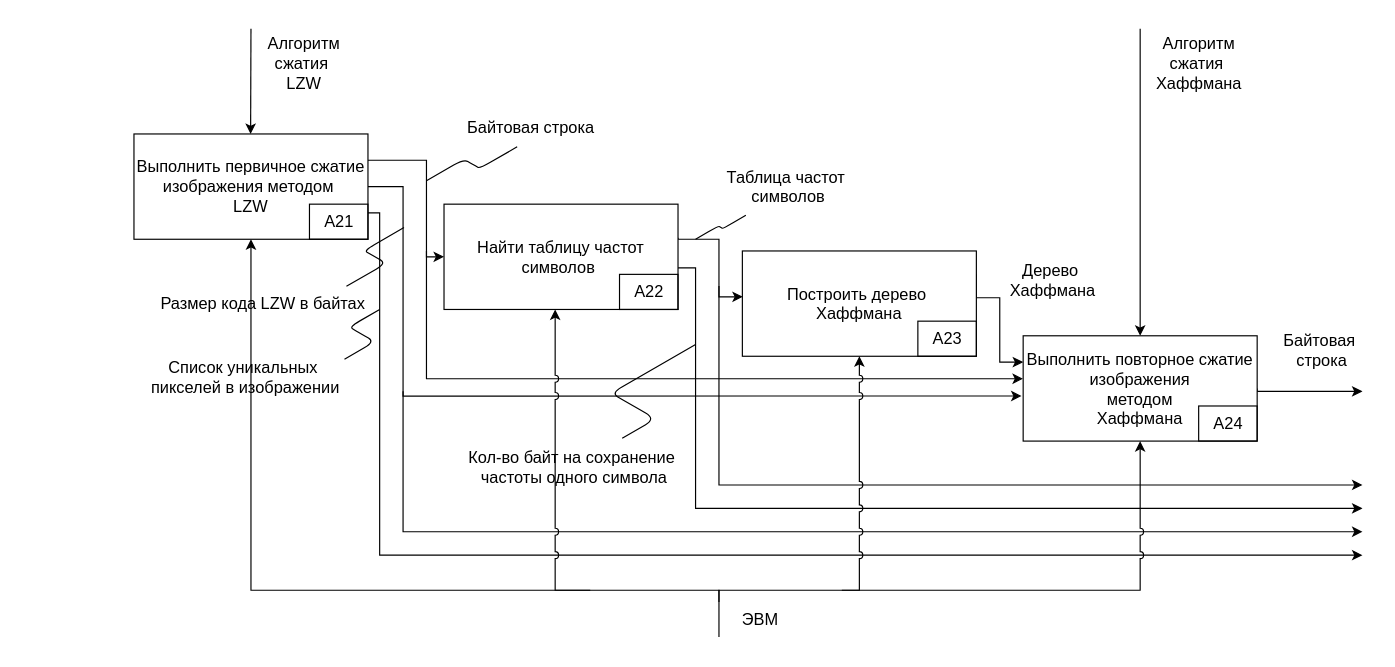
Before: docs/schemes/idef0_a2.drawio in kovkir/bmstu-magistracy-diploma, a draw.io diagram. Source tidied: cells renumbered, new cells numbered last; positions are measured from the earlier drawing's top-left corner, leaving out a move shared by most shapes. Both pictures are drawn from the tidied source at 117%, with x=0, y=0 at pixel (133, 28).
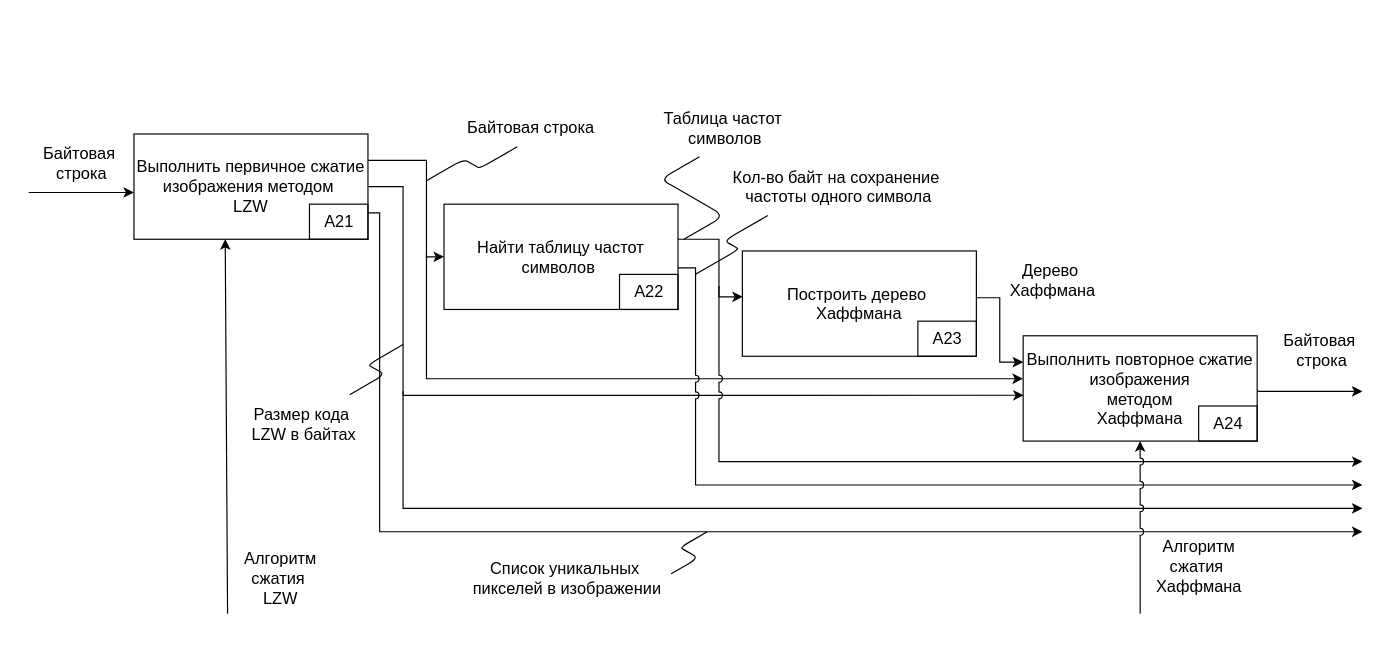
The same diagram, later.

Unchanged cells that the change refers to:
```xml
<mxCell id="9" value="&lt;span style=&quot;font-size: 14px;&quot;&gt;&lt;font style=&quot;color: rgb(0, 0, 0);&quot;&gt;Выполнить&amp;nbsp;&lt;/font&gt;&lt;font style=&quot;color: rgb(0, 0, 0);&quot;&gt;пе&lt;/font&gt;&lt;font style=&quot;color: rgb(0, 0, 0);&quot;&gt;рвичное сжатие изображения методом&amp;nbsp;&lt;/font&gt;&lt;/span&gt;&lt;div&gt;&lt;span style=&quot;font-size: 14px;&quot;&gt;&lt;font style=&quot;color: rgb(0, 0, 0);&quot;&gt;LZW&lt;/font&gt;&lt;br&gt;&lt;/span&gt;&lt;/div&gt;" style="rounded=0;whiteSpace=wrap;html=1;" parent="1" vertex="1">
  <mxGeometry y="90" width="200" height="90" as="geometry" />
</mxCell>
<mxCell id="12" value="&lt;span style=&quot;font-size: 14px;&quot;&gt;&lt;font style=&quot;color: rgb(0, 0, 0);&quot;&gt;Выполнить повторное&lt;/font&gt; &lt;font style=&quot;color: rgb(0, 0, 0);&quot;&gt;сжатие изображения&lt;br&gt;&lt;/font&gt;&lt;/span&gt;&lt;span style=&quot;color: rgb(0, 0, 0); font-size: 14px;&quot;&gt;методом&lt;/span&gt;&lt;span style=&quot;font-size: 14px;&quot;&gt;&lt;font style=&quot;color: rgb(0, 0, 0);&quot;&gt;&lt;br&gt;&lt;/font&gt;&lt;font style=&quot;color: rgb(0, 0, 0);&quot;&gt;Хаффмана&lt;/font&gt;&lt;/span&gt;" style="rounded=0;whiteSpace=wrap;html=1;" parent="1" vertex="1">
  <mxGeometry x="760" y="262.5" width="200" height="90" as="geometry" />
</mxCell>
<mxCell id="19" value="&lt;font&gt;&lt;span style=&quot;font-size: 14px;&quot;&gt;&lt;font style=&quot;color: rgb(0, 0, 0);&quot;&gt;Найти таблицу&amp;nbsp;&lt;/font&gt;&lt;/span&gt;&lt;span style=&quot;color: light-dark(rgb(0, 0, 0), rgb(237, 237, 237)); font-size: 14px;&quot;&gt;частот символов&amp;nbsp;&lt;/span&gt;&lt;/font&gt;" style="rounded=0;whiteSpace=wrap;html=1;" parent="1" vertex="1">
  <mxGeometry x="265" y="150" width="200" height="90" as="geometry" />
</mxCell>
<mxCell id="23" value="&lt;font&gt;&lt;span style=&quot;font-size: 14px;&quot;&gt;&lt;font style=&quot;color: rgb(0, 0, 0);&quot;&gt;Построить&amp;nbsp;&lt;/font&gt;&lt;/span&gt;&lt;span style=&quot;color: light-dark(rgb(0, 0, 0), rgb(237, 237, 237)); font-size: 14px; background-color: transparent;&quot;&gt;дерево&amp;nbsp;&lt;/span&gt;&lt;/font&gt;&lt;div&gt;&lt;span style=&quot;font-size: 14px; background-color: transparent;&quot;&gt;&lt;font style=&quot;color: rgb(0, 0, 0);&quot;&gt;Хаффмана&lt;/font&gt;&lt;/span&gt;&lt;/div&gt;" style="rounded=0;whiteSpace=wrap;html=1;" parent="1" vertex="1">
  <mxGeometry x="520" y="190" width="200" height="90" as="geometry" />
</mxCell>
```

What changed in the source:
```diff
@@
-    <mxCell id="2" style="edgeStyle=orthogonalEdgeStyle;html=1;fontSize=14;rounded=0;jumpStyle=arc;entryX=0.5;entryY=0;entryDx=0;entryDy=0;" parent="1" edge="1" target="12">
-      <mxGeometry relative="1" as="geometry">
-        <mxPoint x="860" as="sourcePoint" />
-        <Array as="points">
-          <mxPoint x="860" />
-        </Array>
-      </mxGeometry>
-    </mxCell>
-    <mxCell id="3" style="edgeStyle=orthogonalEdgeStyle;html=1;fontSize=14;entryX=0.5;entryY=1;entryDx=0;entryDy=0;rounded=0;jumpStyle=arc;" parent="1" edge="1" target="9">
-      <mxGeometry relative="1" as="geometry">
-        <mxPoint x="500" y="520" as="sourcePoint" />
-        <Array as="points">
-          <mxPoint x="500" y="480" />
-          <mxPoint x="100" y="480" />
-        </Array>
-      </mxGeometry>
-    </mxCell>
-    <mxCell id="4" value="ЭВМ" style="text;html=1;align=center;verticalAlign=middle;strokeColor=none;fillColor=none;fontSize=14;" parent="1" vertex="1">
-      <mxGeometry x="510" y="490" width="50" height="30" as="geometry" />
-    </mxCell>
@@
     <mxCell id="6" style="edgeStyle=orthogonalEdgeStyle;html=1;exitX=1;exitY=0.75;exitDx=0;exitDy=0;rounded=0;" parent="1" edge="1" source="9">
       <mxGeometry relative="1" as="geometry">
-        <mxPoint x="1050" y="450" as="targetPoint" />
+        <mxPoint x="1050" y="430" as="targetPoint" />
         <Array as="points">
           <mxPoint x="210" y="158" />
-          <mxPoint x="210" y="450" />
-          <mxPoint x="1000" y="450" />
-          <mxPoint x="1000" y="450" />
+          <mxPoint x="210" y="430" />
         </Array>
       </mxGeometry>
     </mxCell>
-    <mxCell id="7" style="edgeStyle=orthogonalEdgeStyle;html=1;exitX=1;exitY=0.5;exitDx=0;exitDy=0;entryX=-0.007;entryY=0.572;entryDx=0;entryDy=0;entryPerimeter=0;rounded=0;" parent="1" edge="1" source="9" target="12">
+    <mxCell id="7" style="edgeStyle=orthogonalEdgeStyle;html=1;exitX=1;exitY=0.5;exitDx=0;exitDy=0;entryX=0.002;entryY=0.565;entryDx=0;entryDy=0;entryPerimeter=0;rounded=0;" parent="1" edge="1" source="9" target="12">
       <mxGeometry relative="1" as="geometry">
         <Array as="points">
           <mxPoint x="230" y="135" />
-          <mxPoint x="230" y="314" />
+          <mxPoint x="230" y="313" />
         </Array>
       </mxGeometry>
     </mxCell>
     <mxCell id="8" style="edgeStyle=orthogonalEdgeStyle;html=1;rounded=0;" parent="1" edge="1">
       <mxGeometry relative="1" as="geometry">
         <mxPoint x="230" y="310" as="sourcePoint" />
-        <mxPoint x="1050" y="430" as="targetPoint" />
+        <mxPoint x="1050" y="410" as="targetPoint" />
         <Array as="points">
-          <mxPoint x="230" y="430" />
+          <mxPoint x="230" y="410" />
         </Array>
       </mxGeometry>
     </mxCell>
@@
-    <mxCell id="14" style="edgeStyle=orthogonalEdgeStyle;rounded=0;jumpStyle=arc;html=1;fontSize=14;entryX=0.5;entryY=1;entryDx=0;entryDy=0;" parent="1" edge="1" target="12">
-      <mxGeometry relative="1" as="geometry">
-        <mxPoint x="500" y="490" as="sourcePoint" />
-        <Array as="points">
-          <mxPoint x="500" y="480" />
-          <mxPoint x="860" y="480" />
-        </Array>
-      </mxGeometry>
-    </mxCell>
@@
-    <mxCell id="17" style="edgeStyle=orthogonalEdgeStyle;html=1;exitX=1;exitY=0.605;exitDx=0;exitDy=0;rounded=0;exitPerimeter=0;" parent="1" edge="1" source="19">
+    <mxCell id="17" style="edgeStyle=orthogonalEdgeStyle;html=1;exitX=1;exitY=0.605;exitDx=0;exitDy=0;rounded=0;exitPerimeter=0;jumpStyle=arc;" parent="1" edge="1" source="19">
       <mxGeometry relative="1" as="geometry">
-        <mxPoint x="1050" y="410" as="targetPoint" />
+        <mxPoint x="1050" y="390" as="targetPoint" />
         <Array as="points">
-          <mxPoint x="480" y="204" />
-          <mxPoint x="480" y="410" />
+          <mxPoint x="480" y="205" />
+          <mxPoint x="480" y="390" />
+          <mxPoint x="1050" y="390" />
         </Array>
       </mxGeometry>
     </mxCell>
-    <mxCell id="18" style="edgeStyle=orthogonalEdgeStyle;html=1;rounded=0;curved=0;" parent="1" edge="1">
+    <mxCell id="18" style="edgeStyle=orthogonalEdgeStyle;html=1;rounded=0;curved=0;jumpStyle=arc;" parent="1" edge="1">
       <mxGeometry relative="1" as="geometry">
         <mxPoint x="500" y="220" as="sourcePoint" />
-        <mxPoint x="1050" y="390" as="targetPoint" />
+        <mxPoint x="1050" y="370" as="targetPoint" />
         <Array as="points">
-          <mxPoint x="500" y="390" />
+          <mxPoint x="500" y="370" />
+          <mxPoint x="1050" y="370" />
         </Array>
       </mxGeometry>
     </mxCell>
@@
-    <mxCell id="21" style="edgeStyle=orthogonalEdgeStyle;rounded=0;jumpStyle=arc;html=1;fontSize=14;" parent="1" edge="1">
-      <mxGeometry relative="1" as="geometry">
-        <mxPoint x="390" y="480" as="sourcePoint" />
-        <mxPoint x="360" y="240" as="targetPoint" />
-        <Array as="points">
-          <mxPoint x="360" y="480" />
-          <mxPoint x="360" y="240" />
-        </Array>
-      </mxGeometry>
-    </mxCell>
@@
-    <mxCell id="27" style="edgeStyle=orthogonalEdgeStyle;rounded=0;jumpStyle=arc;html=1;fontSize=14;entryX=0.5;entryY=1;entryDx=0;entryDy=0;" parent="1" edge="1" target="23">
-      <mxGeometry relative="1" as="geometry">
-        <mxPoint x="605" y="480" as="sourcePoint" />
-        <Array as="points">
-          <mxPoint x="620" y="480" />
-        </Array>
-      </mxGeometry>
-    </mxCell>
-    <mxCell id="28" value="&lt;font style=&quot;color: rgb(0, 0, 0);&quot;&gt;Список уникальных&amp;nbsp;&lt;/font&gt;&lt;div&gt;&lt;font&gt;&lt;span style=&quot;background-color: transparent;&quot;&gt;&lt;font style=&quot;color: rgb(0, 0, 0);&quot;&gt;пикселей&amp;nbsp;&lt;/font&gt;&lt;/span&gt;&lt;span style=&quot;color: light-dark(rgb(0, 0, 0), rgb(237, 237, 237)); background-color: transparent;&quot;&gt;в&amp;nbsp;&lt;/span&gt;&lt;span style=&quot;color: light-dark(rgb(0, 0, 0), rgb(237, 237, 237)); background-color: transparent;&quot;&gt;изображении&lt;/span&gt;&lt;/font&gt;&lt;/div&gt;" style="text;html=1;align=center;verticalAlign=middle;points=[];strokeColor=none;fillColor=none;fontSize=14;" parent="1" vertex="1">
-      <mxGeometry y="272.5" width="190" height="50" as="geometry" />
+    <mxCell id="28" value="&lt;font style=&quot;color: rgb(0, 0, 0);&quot;&gt;Список&amp;nbsp;&lt;/font&gt;&lt;span style=&quot;background-color: transparent;&quot;&gt;уникальных&amp;nbsp;&lt;/span&gt;&lt;div&gt;&lt;div&gt;&lt;font&gt;&lt;span style=&quot;background-color: transparent;&quot;&gt;&lt;font style=&quot;color: rgb(0, 0, 0);&quot;&gt;пикселей&amp;nbsp;&lt;/font&gt;&lt;/span&gt;&lt;/font&gt;&lt;span style=&quot;background-color: transparent;&quot;&gt;в&amp;nbsp;&lt;/span&gt;&lt;span style=&quot;background-color: transparent;&quot;&gt;изображении&lt;/span&gt;&lt;/div&gt;&lt;/div&gt;" style="text;html=1;align=center;verticalAlign=middle;points=[];strokeColor=none;fillColor=none;fontSize=14;" parent="1" vertex="1">
+      <mxGeometry x="275" y="445" width="190" height="50" as="geometry" />
     </mxCell>
-    <mxCell id="29" value="&lt;font style=&quot;color: rgb(0, 0, 0);&quot;&gt;Размер&amp;nbsp;&lt;/font&gt;&lt;span style=&quot;background-color: transparent;&quot;&gt;&lt;font style=&quot;color: rgb(0, 0, 0);&quot;&gt;кода&lt;/font&gt; &lt;font style=&quot;color: rgb(0, 0, 0);&quot;&gt;LZW&amp;nbsp;&lt;/font&gt;&lt;/span&gt;&lt;span style=&quot;background-color: transparent;&quot;&gt;&lt;font style=&quot;color: rgb(0, 0, 0);&quot;&gt;в байтах&lt;/font&gt;&lt;/span&gt;" style="text;html=1;align=center;verticalAlign=middle;points=[];strokeColor=none;fillColor=none;fontSize=14;" parent="1" vertex="1">
-      <mxGeometry x="10" y="220" width="200" height="30" as="geometry" />
+    <mxCell id="29" value="&lt;font style=&quot;color: rgb(0, 0, 0);&quot;&gt;Размер&amp;nbsp;&lt;/font&gt;&lt;span style=&quot;background-color: transparent;&quot;&gt;&lt;font style=&quot;color: rgb(0, 0, 0);&quot;&gt;кода&lt;/font&gt;&amp;nbsp;&lt;/span&gt;&lt;div&gt;&lt;span style=&quot;background-color: transparent;&quot;&gt;&lt;font style=&quot;color: rgb(0, 0, 0);&quot;&gt;LZW&amp;nbsp;&lt;/font&gt;&lt;/span&gt;&lt;span style=&quot;background-color: transparent;&quot;&gt;&lt;font style=&quot;color: rgb(0, 0, 0);&quot;&gt;в байтах&lt;/font&gt;&lt;/span&gt;&lt;/div&gt;" style="text;html=1;align=center;verticalAlign=middle;points=[];strokeColor=none;fillColor=none;fontSize=14;" parent="1" vertex="1">
+      <mxGeometry x="90" y="312.5" width="110" height="50" as="geometry" />
     </mxCell>
     <mxCell id="30" value="&lt;font style=&quot;color: rgb(0, 0, 0);&quot;&gt;Таблица&amp;nbsp;&lt;/font&gt;&lt;font style=&quot;background-color: transparent; color: rgb(0, 0, 0);&quot;&gt;частот&amp;nbsp;&lt;/font&gt;&lt;div&gt;&lt;span style=&quot;background-color: transparent;&quot;&gt;&lt;font style=&quot;color: rgb(0, 0, 0);&quot;&gt;символов&lt;/font&gt;&lt;/span&gt;&lt;/div&gt;" style="text;html=1;align=center;verticalAlign=middle;points=[];strokeColor=none;fillColor=none;fontSize=14;" parent="1" vertex="1">
-      <mxGeometry x="494" y="110" width="130" height="50" as="geometry" />
+      <mxGeometry x="440" y="60" width="130" height="50" as="geometry" />
     </mxCell>
     <mxCell id="31" value="&lt;font style=&quot;color: rgb(0, 0, 0);&quot;&gt;Кол-во байт на сохранение&lt;/font&gt;&lt;div&gt;&lt;font style=&quot;color: rgb(0, 0, 0);&quot;&gt;&amp;nbsp;частоты одного символа&lt;/font&gt;&lt;/div&gt;" style="text;html=1;align=center;verticalAlign=middle;points=[];strokeColor=none;fillColor=none;fontSize=14;" parent="1" vertex="1">
-      <mxGeometry x="274" y="350" width="200" height="50" as="geometry" />
+      <mxGeometry x="500" y="110" width="200" height="50" as="geometry" />
     </mxCell>
-    <mxCell id="32" style="edgeStyle=isometricEdgeStyle;endArrow=none;html=1;" parent="1" edge="1" source="31">
+    <mxCell id="32" style="edgeStyle=isometricEdgeStyle;endArrow=none;html=1;exitX=0.209;exitY=0.994;exitDx=0;exitDy=0;exitPerimeter=0;" parent="1" edge="1" source="31">
       <mxGeometry relative="1" as="geometry">
-        <mxPoint x="480" y="270" as="targetPoint" />
+        <mxPoint x="480" y="210" as="targetPoint" />
       </mxGeometry>
     </mxCell>
-    <mxCell id="33" style="edgeStyle=isometricEdgeStyle;endArrow=none;html=1;entryX=0.223;entryY=0.99;entryDx=0;entryDy=0;entryPerimeter=0;" parent="1" edge="1" target="30">
+    <mxCell id="33" style="edgeStyle=isometricEdgeStyle;endArrow=none;html=1;entryX=0.223;entryY=0.99;entryDx=0;entryDy=0;entryPerimeter=0;" parent="1" edge="1">
       <mxGeometry relative="1" as="geometry">
-        <mxPoint x="480" y="180" as="sourcePoint" />
+        <mxPoint x="470" y="180" as="sourcePoint" />
+        <mxPoint x="483.4" y="109.5" as="targetPoint" />
+        <Array as="points">
+          <mxPoint x="470" y="140" />
+        </Array>
       </mxGeometry>
     </mxCell>
     <mxCell id="34" style="edgeStyle=isometricEdgeStyle;endArrow=none;html=1;exitX=0.858;exitY=0.007;exitDx=0;exitDy=0;exitPerimeter=0;" parent="1" edge="1" source="29">
       <mxGeometry relative="1" as="geometry">
-        <mxPoint x="230.8" y="170" as="targetPoint" />
+        <mxPoint x="230" y="270" as="targetPoint" />
       </mxGeometry>
     </mxCell>
-    <mxCell id="35" style="edgeStyle=isometricEdgeStyle;endArrow=none;html=1;exitX=0.947;exitY=0.2;exitDx=0;exitDy=0;exitPerimeter=0;" parent="1" edge="1" source="28">
+    <mxCell id="35" style="edgeStyle=isometricEdgeStyle;endArrow=none;html=1;exitX=0.969;exitY=0.418;exitDx=0;exitDy=0;exitPerimeter=0;" parent="1" edge="1" source="28">
       <mxGeometry relative="1" as="geometry">
-        <mxPoint x="210" y="240" as="targetPoint" />
+        <mxPoint x="490" y="430" as="targetPoint" />
       </mxGeometry>
     </mxCell>
@@
-    <mxCell id="38" style="edgeStyle=none;html=1;fontSize=14;entryX=0.352;entryY=0;entryDx=0;entryDy=0;entryPerimeter=0;" parent="1" edge="1">
-      <mxGeometry relative="1" as="geometry">
-        <mxPoint x="100" as="sourcePoint" />
-        <mxPoint x="99.7" y="90" as="targetPoint" />
-      </mxGeometry>
-    </mxCell>
+    <mxCell id="41" style="edgeStyle=orthogonalEdgeStyle;rounded=0;html=1;fontSize=14;" parent="1" edge="1">
+      <mxGeometry relative="1" as="geometry">
+        <mxPoint x="-90" y="140" as="sourcePoint" />
+        <mxPoint y="140" as="targetPoint" />
+        <Array as="points">
+          <mxPoint x="-90" y="140" />
+        </Array>
+      </mxGeometry>
+    </mxCell>
+    <mxCell id="42" value="Байтовая&amp;nbsp;&lt;div&gt;&lt;font style=&quot;color: rgb(0, 0, 0);&quot;&gt;строка&lt;/font&gt;&lt;/div&gt;" style="text;html=1;align=center;verticalAlign=middle;strokeColor=none;fillColor=none;fontSize=14;" parent="1" vertex="1">
+      <mxGeometry x="-90" y="90" width="90" height="50" as="geometry" />
+    </mxCell>
+    <mxCell id="43" style="edgeStyle=none;html=1;fontSize=14;endArrow=none;endFill=0;startArrow=classic;startFill=1;jumpStyle=arc;" parent="1" edge="1">
+      <mxGeometry relative="1" as="geometry">
+        <mxPoint x="78" y="180" as="sourcePoint" />
+        <mxPoint x="80" y="500" as="targetPoint" />
+      </mxGeometry>
+    </mxCell>
+    <mxCell id="44" style="edgeStyle=none;html=1;fontSize=14;startArrow=classic;startFill=1;endArrow=none;endFill=0;jumpStyle=arc;" parent="1" edge="1">
+      <mxGeometry relative="1" as="geometry">
+        <mxPoint x="860" y="352.5" as="sourcePoint" />
+        <mxPoint x="860" y="500" as="targetPoint" />
+      </mxGeometry>
+    </mxCell>
     <mxCell id="39" value="Алгоритм &lt;br&gt;сжатия&amp;nbsp;&lt;div&gt;&lt;font style=&quot;color: rgb(0, 0, 0);&quot;&gt;LZW&lt;/font&gt;&lt;/div&gt;" style="text;html=1;align=center;verticalAlign=middle;strokeColor=none;fillColor=none;fontSize=14;" parent="1" vertex="1">
-      <mxGeometry x="100" width="90" height="60" as="geometry" />
+      <mxGeometry x="80" y="440" width="90" height="60" as="geometry" />
     </mxCell>
     <mxCell id="40" value="Алгоритм&lt;br&gt;сжатия&amp;nbsp;&lt;div&gt;&lt;font style=&quot;color: rgb(0, 0, 0);&quot;&gt;Хаффмана&lt;/font&gt;&lt;/div&gt;" style="text;html=1;align=center;verticalAlign=middle;strokeColor=none;fillColor=none;fontSize=14;" parent="1" vertex="1">
-      <mxGeometry x="860" width="100" height="60" as="geometry" />
+      <mxGeometry x="860" y="430" width="100" height="60" as="geometry" />
     </mxCell>
```
